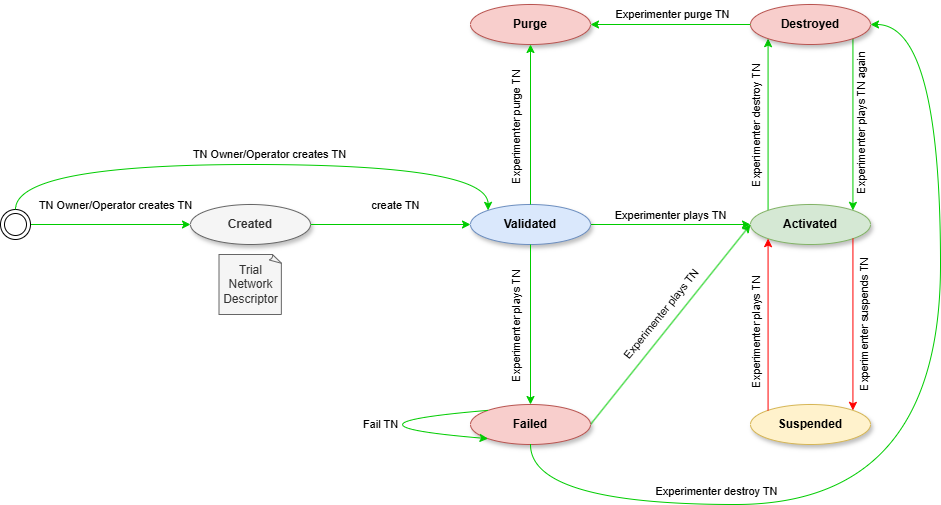
Above: docs/tnlcm/images/stateMachine.png in 6G-SANDBOX/docs (draw.io), before the change. Source tidied: cells renumbered, new cells last; positions are measured from the earlier drawing's top-left corner, leaving out a move shared by most shapes.
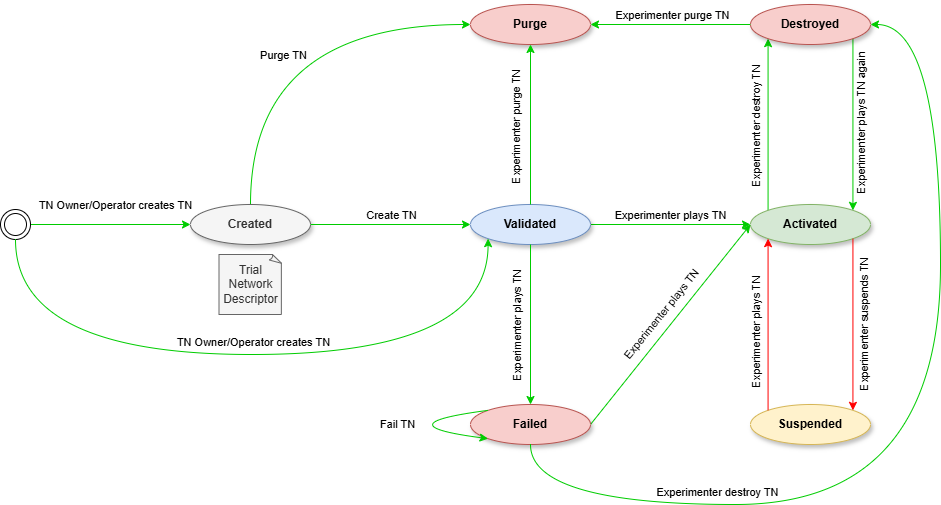
The same diagram one commit later.

Commit message:
change: state machine documentation

Diff of the diagram source:
```diff
@@ -99,9 +99,6 @@
     <mxCell id="28" value="&lt;b&gt;Created&lt;/b&gt;" style="ellipse;whiteSpace=wrap;html=1;shadow=1;fillColor=#f5f5f5;strokeColor=#666666;fontColor=#333333;" parent="1" vertex="1">
       <mxGeometry x="190" y="200" width="120" height="40" as="geometry" />
     </mxCell>
-    <mxCell id="29" value="create TN" style="rounded=0;jettySize=auto;html=1;entryX=0;entryY=0.5;entryDx=0;entryDy=0;verticalAlign=bottom;strokeColor=#00CC00;exitX=1;exitY=0.5;exitDx=0;exitDy=0;" parent="1" edge="1" source="28" target="6">
-      <mxGeometry x="0.07" y="10" relative="1" as="geometry" />
-    </mxCell>
     <mxCell id="30" style="endArrow=classic;html=1;rounded=0;exitX=0.5;exitY=1;exitDx=0;exitDy=0;entryX=1;entryY=0.5;entryDx=0;entryDy=0;edgeStyle=orthogonalEdgeStyle;curved=1;strokeColor=#00CC00;" parent="1" edge="1" source="17" target="22">
       <mxGeometry relative="1" as="geometry">
         <Array as="points">
@@ -116,23 +113,23 @@
         <mxPoint y="-13" as="offset" />
       </mxGeometry>
     </mxCell>
-    <mxCell id="32" style="endArrow=classic;html=1;rounded=0;exitX=0.5;exitY=0;exitDx=0;exitDy=0;entryX=0;entryY=0;entryDx=0;entryDy=0;edgeStyle=orthogonalEdgeStyle;curved=1;strokeColor=#00CC00;" parent="1" edge="1" source="14" target="6">
+    <mxCell id="32" style="endArrow=classic;html=1;rounded=0;entryX=0;entryY=1;entryDx=0;entryDy=0;edgeStyle=orthogonalEdgeStyle;curved=1;strokeColor=#00CC00;" parent="1" edge="1" source="14" target="6">
       <mxGeometry relative="1" as="geometry">
         <Array as="points">
-          <mxPoint x="15" y="160" />
-          <mxPoint x="488" y="160" />
+          <mxPoint x="15" y="350" />
+          <mxPoint x="488" y="350" />
         </Array>
       </mxGeometry>
     </mxCell>
     <mxCell id="33" value="TN Owner/Operator creates TN" style="edgeLabel;html=1;align=center;verticalAlign=middle;" parent="32" vertex="1">
       <mxGeometry x="0.06" relative="1" as="geometry">
-        <mxPoint y="-10" as="offset" />
+        <mxPoint x="-20" y="-13" as="offset" />
       </mxGeometry>
     </mxCell>
     <mxCell id="34" style="endArrow=classic;html=1;rounded=0;exitX=0;exitY=0;exitDx=0;exitDy=0;entryX=0;entryY=1;entryDx=0;entryDy=0;edgeStyle=orthogonalEdgeStyle;curved=1;strokeColor=#00CC00;" parent="1" edge="1" source="17" target="17">
       <mxGeometry relative="1" as="geometry">
         <Array as="points">
-          <mxPoint x="320" y="420" />
+          <mxPoint x="380" y="420" />
         </Array>
       </mxGeometry>
     </mxCell>
@@ -141,5 +138,21 @@
         <mxPoint x="-61" y="13" as="offset" />
       </mxGeometry>
     </mxCell>
+    <mxCell id="36" style="endArrow=classic;html=1;rounded=0;exitX=0.5;exitY=0;exitDx=0;exitDy=0;entryX=0;entryY=0.5;entryDx=0;entryDy=0;edgeStyle=orthogonalEdgeStyle;curved=1;strokeColor=#00CC00;" parent="1" edge="1" source="28" target="23">
+      <mxGeometry relative="1" as="geometry" />
+    </mxCell>
+    <mxCell id="37" value="Purge TN" style="edgeLabel;html=1;align=center;verticalAlign=middle;" parent="36" vertex="1">
+      <mxGeometry x="-0.53" y="-22" relative="1" as="geometry">
+        <mxPoint x="10" y="-56" as="offset" />
+      </mxGeometry>
+    </mxCell>
+    <mxCell id="29" style="endArrow=classic;html=1;rounded=0;exitX=1;exitY=0.5;exitDx=0;exitDy=0;entryX=0;entryY=0.5;entryDx=0;entryDy=0;strokeColor=#00CC00;" parent="1" edge="1" source="28" target="6">
+      <mxGeometry relative="1" as="geometry" />
+    </mxCell>
+    <mxCell id="38" value="Create TN" style="edgeLabel;html=1;align=center;verticalAlign=middle;" parent="29" vertex="1">
+      <mxGeometry x="0.25" y="-1" relative="1" as="geometry">
+        <mxPoint x="-20" y="-11" as="offset" />
+      </mxGeometry>
+    </mxCell>
   </root>
 </mxGraphModel>
```
